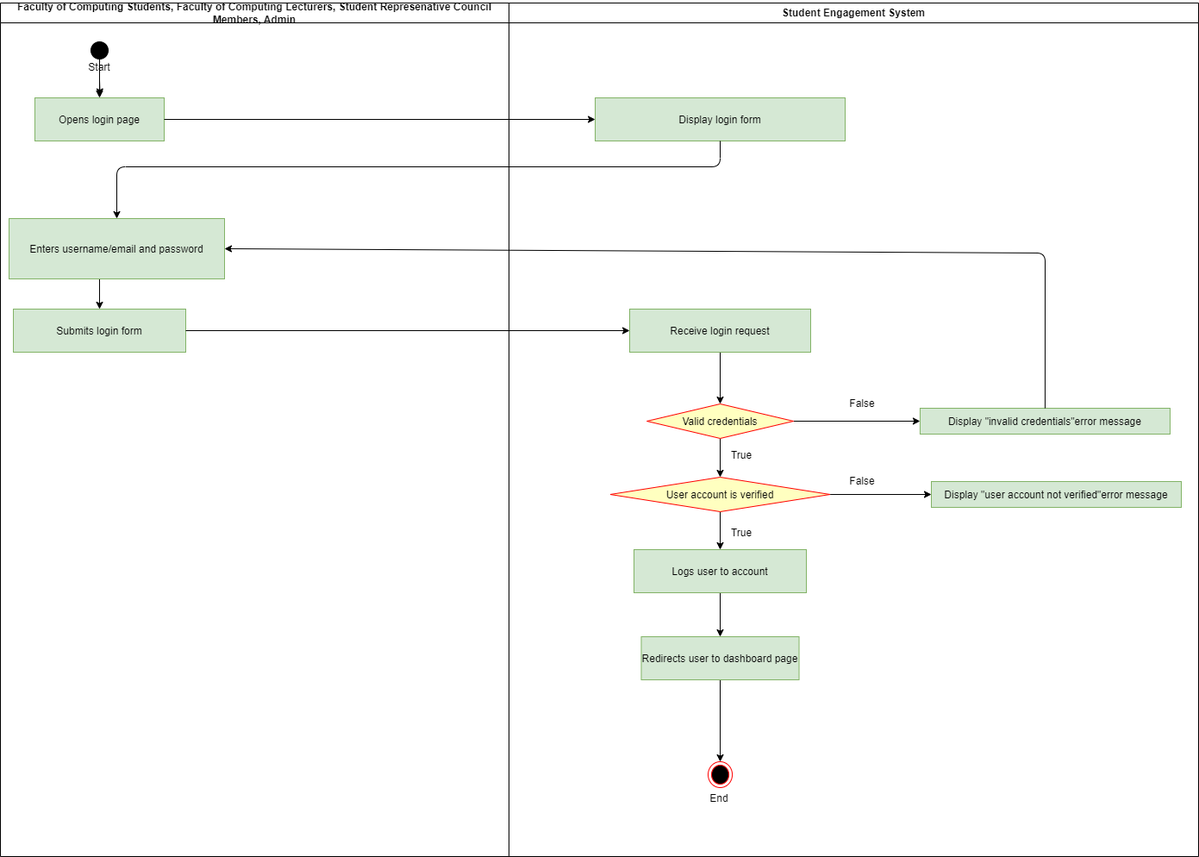
Above: project/drawio/Systema/loginactivitydiagram.png in drshahizan/software-engineering (draw.io), before the change. Source tidied: cells renumbered, new cells last; positions are measured from the earlier drawing's top-left corner, leaving out a move shared by most shapes. The source it was exported from:
```xml
<mxGraphModel background="#ffffff">
  <root>
    <mxCell id="0" />
    <mxCell id="1" parent="0" />
    <mxCell id="2" value="Faculty of Computing Students, Faculty of Computing Lecturers, Student Represenative Council Members, Admin" style="swimlane;whiteSpace=wrap;fillColor=#FFFFFF;" parent="1" vertex="1">
      <mxGeometry width="590" height="990" as="geometry" />
    </mxCell>
    <mxCell id="3" style="edgeStyle=none;html=1;exitX=0.5;exitY=1;exitDx=0;exitDy=0;entryX=0.504;entryY=-0.048;entryDx=0;entryDy=0;entryPerimeter=0;startArrow=none;" parent="2" edge="1" source="11" target="5">
      <mxGeometry relative="1" as="geometry" />
    </mxCell>
    <mxCell id="4" style="ellipse;shape=startState;fillColor=#000000;strokeColor=#FFFFFF;" parent="2" vertex="1">
      <mxGeometry x="100" y="40" width="30" height="30" as="geometry" />
    </mxCell>
    <mxCell id="5" value="Opens login page" style="fillColor=#d5e8d4;strokeColor=#82b366;" parent="2" vertex="1">
      <mxGeometry x="40" y="110" width="150" height="50" as="geometry" />
    </mxCell>
    <mxCell id="6" style="edgeStyle=none;html=1;entryX=0.5;entryY=0;entryDx=0;entryDy=0;exitX=0.42;exitY=0.993;exitDx=0;exitDy=0;exitPerimeter=0;" parent="2" edge="1" source="7" target="8">
      <mxGeometry relative="1" as="geometry" />
    </mxCell>
    <mxCell id="7" value="Enters username/email and password" style="fillColor=#d5e8d4;strokeColor=#82b366;" parent="2" vertex="1">
      <mxGeometry x="10" y="250" width="250" height="70" as="geometry" />
    </mxCell>
    <mxCell id="8" value="Submits login form" style="fillColor=#d5e8d4;strokeColor=#82b366;" parent="2" vertex="1">
      <mxGeometry x="15" y="355" width="200" height="50" as="geometry" />
    </mxCell>
    <mxCell id="9" style="edgeStyle=none;html=1;exitX=0.5;exitY=1;exitDx=0;exitDy=0;entryX=0.504;entryY=-0.048;entryDx=0;entryDy=0;entryPerimeter=0;endArrow=none;" parent="2" edge="1" source="4" target="11">
      <mxGeometry relative="1" as="geometry" />
    </mxCell>
    <mxCell id="10" style="edgeStyle=none;html=1;exitX=0.5;exitY=0;exitDx=0;exitDy=0;entryX=0.5;entryY=0;entryDx=0;entryDy=0;" parent="2" edge="1" source="11" target="5">
      <mxGeometry relative="1" as="geometry" />
    </mxCell>
    <mxCell id="11" value="Start" style="text;strokeColor=none;align=center;fillColor=none;html=1;verticalAlign=middle;whiteSpace=wrap;rounded=0;" parent="2" vertex="1">
      <mxGeometry x="85" y="60" width="60" height="30" as="geometry" />
    </mxCell>
    <mxCell id="12" value="Student Engagement System" style="swimlane;whiteSpace=wrap;fillColor=#FFFFFF;" parent="1" vertex="1">
      <mxGeometry x="590" width="800" height="990" as="geometry" />
    </mxCell>
    <mxCell id="13" value="Display login form" style="fillColor=#d5e8d4;strokeColor=#82b366;" parent="12" vertex="1">
      <mxGeometry x="100" y="110" width="290" height="50" as="geometry" />
    </mxCell>
    <mxCell id="14" style="edgeStyle=none;html=1;exitX=0.5;exitY=1;exitDx=0;exitDy=0;entryX=0.5;entryY=0;entryDx=0;entryDy=0;" parent="12" edge="1" source="15" target="20">
      <mxGeometry relative="1" as="geometry" />
    </mxCell>
    <mxCell id="15" value="Redirects user to dashboard page" style="fillColor=#d5e8d4;strokeColor=#82b366;" parent="12" vertex="1">
      <mxGeometry x="153.5" y="735" width="183.1" height="50" as="geometry" />
    </mxCell>
    <mxCell id="16" style="edgeStyle=none;html=1;exitX=1;exitY=0.5;exitDx=0;exitDy=0;entryX=0;entryY=0.5;entryDx=0;entryDy=0;" parent="12" edge="1" source="18" target="19">
      <mxGeometry relative="1" as="geometry" />
    </mxCell>
    <mxCell id="17" style="edgeStyle=none;html=1;exitX=0.5;exitY=1;exitDx=0;exitDy=0;entryX=0.5;entryY=0;entryDx=0;entryDy=0;" parent="12" edge="1" source="18" target="31">
      <mxGeometry relative="1" as="geometry" />
    </mxCell>
    <mxCell id="18" value="User account is verified" style="rhombus;fillColor=#ffffc0;strokeColor=#ff0000;" parent="12" vertex="1">
      <mxGeometry x="117.5" y="550" width="255" height="40" as="geometry" />
    </mxCell>
    <mxCell id="19" value="Display &quot;user account not verified&quot;error message" style="fillColor=#d5e8d4;strokeColor=#82b366;" parent="12" vertex="1">
      <mxGeometry x="490" y="555" width="290" height="30" as="geometry" />
    </mxCell>
    <mxCell id="20" style="ellipse;html=1;shape=endState;fillColor=#000000;strokeColor=#ff0000;" parent="12" vertex="1">
      <mxGeometry x="231" y="880" width="28.1" height="30" as="geometry" />
    </mxCell>
    <mxCell id="21" value="End" style="text;strokeColor=none;align=center;fillColor=none;html=1;verticalAlign=middle;whiteSpace=wrap;rounded=0;" parent="12" vertex="1">
      <mxGeometry x="214" y="908" width="60" height="30" as="geometry" />
    </mxCell>
    <mxCell id="22" value="True&lt;span style=&quot;color: rgba(0, 0, 0, 0); font-family: monospace; font-size: 0px; text-align: start;&quot;&gt;%3CmxGraphModel%3E%3Croot%3E%3CmxCell%20id%3D%220%22%2F%3E%3CmxCell%20id%3D%221%22%20parent%3D%220%22%2F%3E%3CmxCell%20id%3D%222%22%20value%3D%22False%22%20style%3D%22text%3BstrokeColor%3Dnone%3Balign%3Dcenter%3BfillColor%3Dnone%3Bhtml%3D1%3BverticalAlign%3Dmiddle%3BwhiteSpace%3Dwrap%3Brounded%3D0%3B%22%20vertex%3D%221%22%20parent%3D%221%22%3E%3CmxGeometry%20x%3D%22880%22%20y%3D%222781%22%20width%3D%2260%22%20height%3D%2230%22%20as%3D%22geometry%22%2F%3E%3C%2FmxCell%3E%3C%2Froot%3E%3C%2FmxGraphModel%3E&lt;/span&gt;" style="text;strokeColor=none;align=center;fillColor=none;html=1;verticalAlign=middle;whiteSpace=wrap;rounded=0;" parent="12" vertex="1">
      <mxGeometry x="240" y="510" width="60" height="30" as="geometry" />
    </mxCell>
    <mxCell id="23" value="False" style="text;strokeColor=none;align=center;fillColor=none;html=1;verticalAlign=middle;whiteSpace=wrap;rounded=0;" parent="12" vertex="1">
      <mxGeometry x="380" y="450" width="60" height="30" as="geometry" />
    </mxCell>
    <mxCell id="24" style="edgeStyle=none;html=1;exitX=0.5;exitY=1;exitDx=0;exitDy=0;entryX=0.5;entryY=0;entryDx=0;entryDy=0;" parent="12" edge="1" source="25" target="28">
      <mxGeometry relative="1" as="geometry" />
    </mxCell>
    <mxCell id="25" value="Receive login request" style="fillColor=#d5e8d4;strokeColor=#82b366;" parent="12" vertex="1">
      <mxGeometry x="140" y="355" width="210" height="50" as="geometry" />
    </mxCell>
    <mxCell id="26" style="edgeStyle=none;html=1;exitX=1;exitY=0.5;exitDx=0;exitDy=0;entryX=0;entryY=0.5;entryDx=0;entryDy=0;" parent="12" edge="1" source="28" target="29">
      <mxGeometry relative="1" as="geometry" />
    </mxCell>
    <mxCell id="27" style="edgeStyle=none;html=1;exitX=0.5;exitY=1;exitDx=0;exitDy=0;entryX=0.5;entryY=0;entryDx=0;entryDy=0;" parent="12" edge="1" source="28" target="18">
      <mxGeometry relative="1" as="geometry" />
    </mxCell>
    <mxCell id="28" value="Valid credentials" style="rhombus;fillColor=#ffffc0;strokeColor=#ff0000;" parent="12" vertex="1">
      <mxGeometry x="160" y="465" width="170" height="40" as="geometry" />
    </mxCell>
    <mxCell id="29" value="Display &quot;invalid credentials&quot;error message" style="fillColor=#d5e8d4;strokeColor=#82b366;" parent="12" vertex="1">
      <mxGeometry x="476.9" y="470" width="290" height="30" as="geometry" />
    </mxCell>
    <mxCell id="30" style="edgeStyle=none;html=1;exitX=0.5;exitY=1;exitDx=0;exitDy=0;entryX=0.5;entryY=0;entryDx=0;entryDy=0;" parent="12" edge="1" source="31" target="15">
      <mxGeometry relative="1" as="geometry" />
    </mxCell>
    <mxCell id="31" value="Logs user to account" style="fillColor=#d5e8d4;strokeColor=#82b366;" parent="12" vertex="1">
      <mxGeometry x="145" y="634" width="200" height="50" as="geometry" />
    </mxCell>
    <mxCell id="32" value="False" style="text;strokeColor=none;align=center;fillColor=none;html=1;verticalAlign=middle;whiteSpace=wrap;rounded=0;" parent="12" vertex="1">
      <mxGeometry x="380" y="540" width="60" height="30" as="geometry" />
    </mxCell>
    <mxCell id="33" value="True&lt;span style=&quot;color: rgba(0, 0, 0, 0); font-family: monospace; font-size: 0px; text-align: start;&quot;&gt;%3CmxGraphModel%3E%3Croot%3E%3CmxCell%20id%3D%220%22%2F%3E%3CmxCell%20id%3D%221%22%20parent%3D%220%22%2F%3E%3CmxCell%20id%3D%222%22%20value%3D%22False%22%20style%3D%22text%3BstrokeColor%3Dnone%3Balign%3Dcenter%3BfillColor%3Dnone%3Bhtml%3D1%3BverticalAlign%3Dmiddle%3BwhiteSpace%3Dwrap%3Brounded%3D0%3B%22%20vertex%3D%221%22%20parent%3D%221%22%3E%3CmxGeometry%20x%3D%22880%22%20y%3D%222781%22%20width%3D%2260%22%20height%3D%2230%22%20as%3D%22geometry%22%2F%3E%3C%2FmxCell%3E%3C%2Froot%3E%3C%2FmxGraphModel%3E&lt;/span&gt;" style="text;strokeColor=none;align=center;fillColor=none;html=1;verticalAlign=middle;whiteSpace=wrap;rounded=0;" parent="12" vertex="1">
      <mxGeometry x="240" y="600" width="60" height="30" as="geometry" />
    </mxCell>
    <mxCell id="34" style="edgeStyle=none;html=1;exitX=1;exitY=0.5;exitDx=0;exitDy=0;entryX=0;entryY=0.5;entryDx=0;entryDy=0;" parent="1" edge="1" source="5" target="13">
      <mxGeometry relative="1" as="geometry" />
    </mxCell>
    <mxCell id="35" style="edgeStyle=none;html=1;exitX=0.5;exitY=1;exitDx=0;exitDy=0;entryX=0.5;entryY=0;entryDx=0;entryDy=0;" parent="1" edge="1" source="13" target="7">
      <mxGeometry relative="1" as="geometry">
        <Array as="points">
          <mxPoint x="835" y="190" />
          <mxPoint x="135" y="190" />
        </Array>
      </mxGeometry>
    </mxCell>
    <mxCell id="36" style="edgeStyle=none;html=1;exitX=1;exitY=0.5;exitDx=0;exitDy=0;" parent="1" edge="1" source="8">
      <mxGeometry relative="1" as="geometry">
        <mxPoint x="730" y="380" as="targetPoint" />
      </mxGeometry>
    </mxCell>
    <mxCell id="37" style="edgeStyle=none;html=1;exitX=0.5;exitY=0;exitDx=0;exitDy=0;entryX=1;entryY=0.5;entryDx=0;entryDy=0;" parent="1" edge="1" source="29" target="7">
      <mxGeometry relative="1" as="geometry">
        <Array as="points">
          <mxPoint x="1212" y="290" />
        </Array>
      </mxGeometry>
    </mxCell>
  </root>
</mxGraphModel>
```
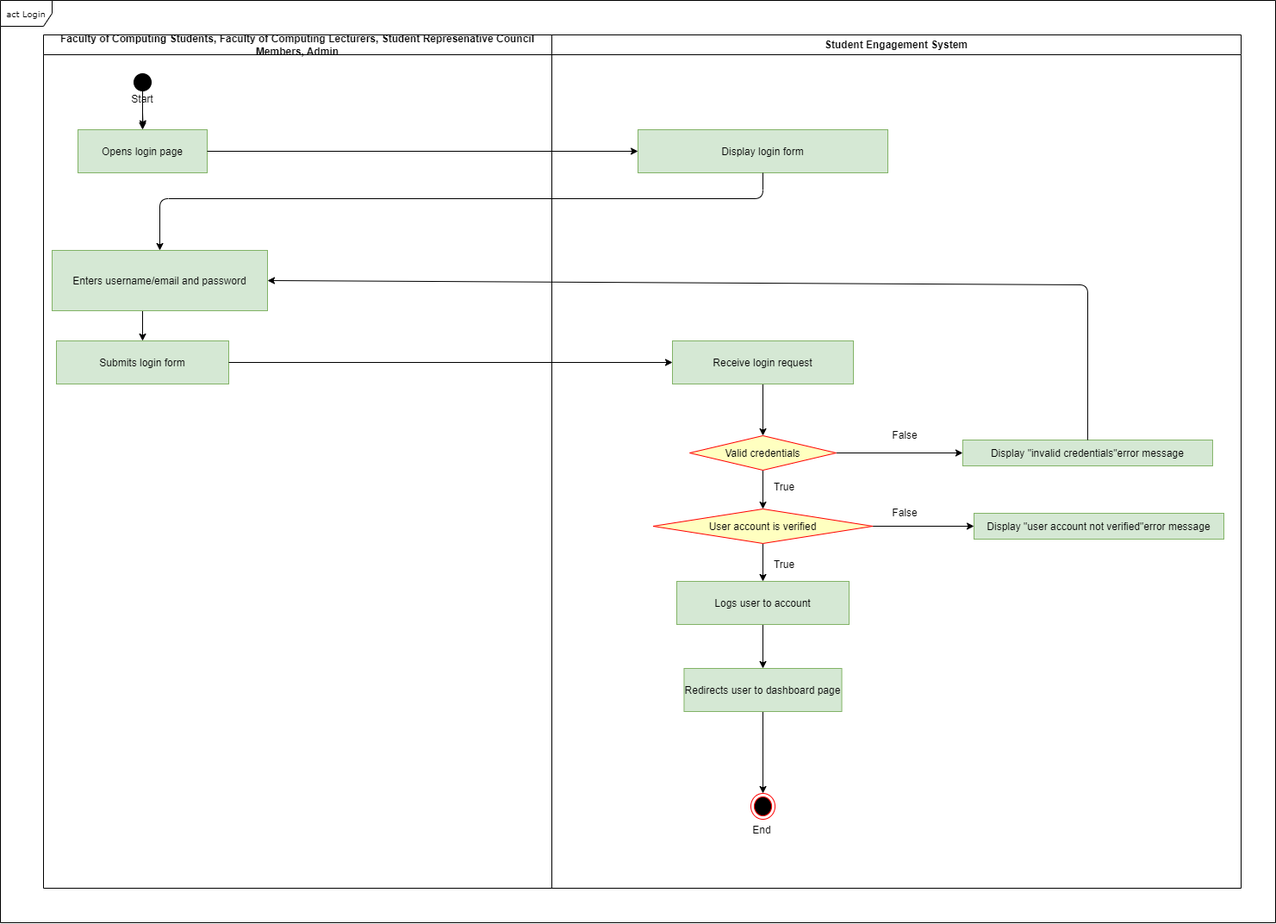
After the commit.

Diff of the diagram source:
```diff
@@ -121,5 +121,8 @@
         </Array>
       </mxGeometry>
     </mxCell>
+    <mxCell id="38" value="act Login" style="shape=umlFrame;whiteSpace=wrap;html=1;rounded=0;shadow=0;comic=0;labelBackgroundColor=none;strokeWidth=1;fontFamily=Verdana;fontSize=10;align=center;" parent="1" vertex="1">
+      <mxGeometry x="-50" y="-40" width="1480" height="1070" as="geometry" />
+    </mxCell>
   </root>
 </mxGraphModel>
```
